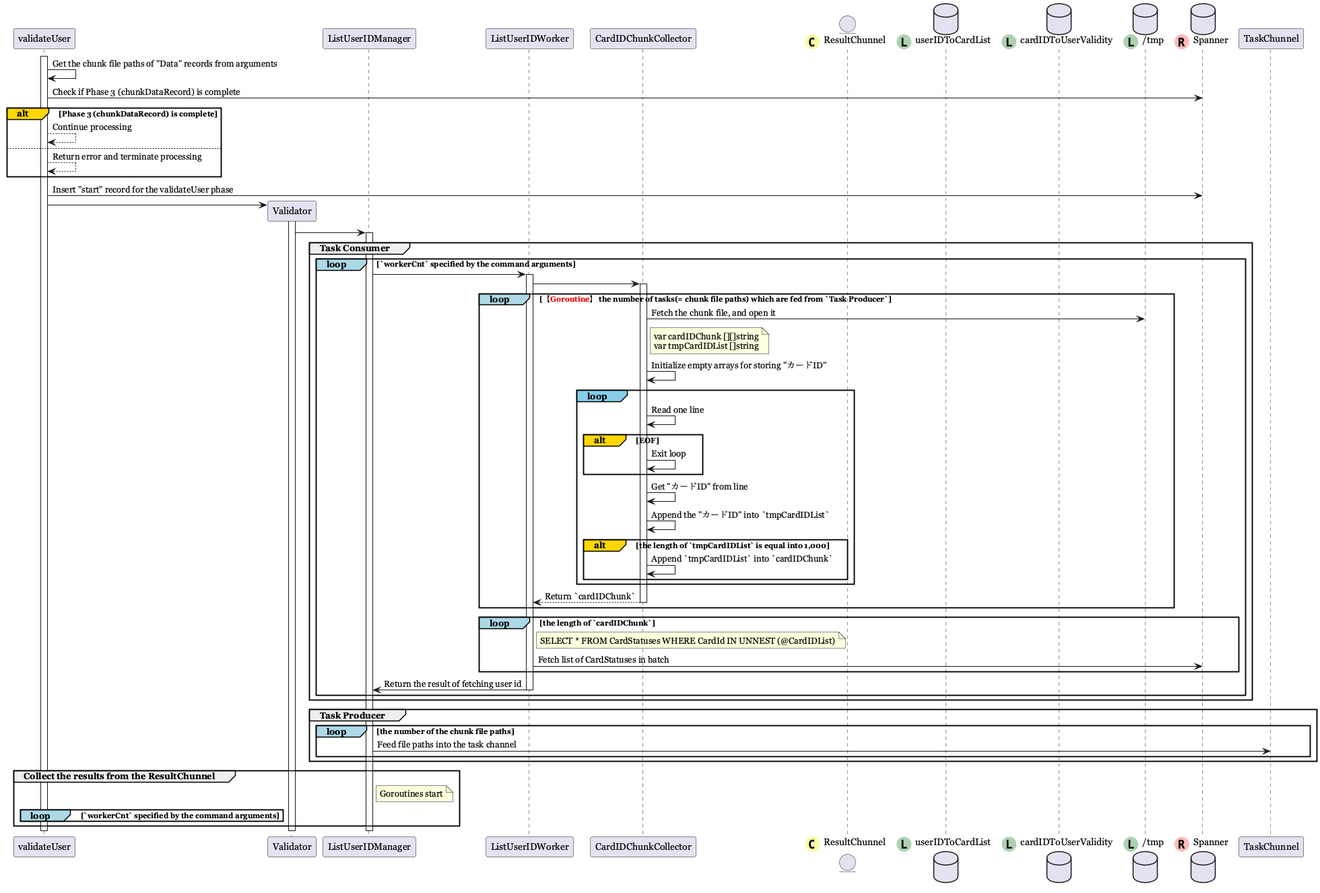
The PlantUML diagram en_validate_user.png in norun9/uml, before a commit.
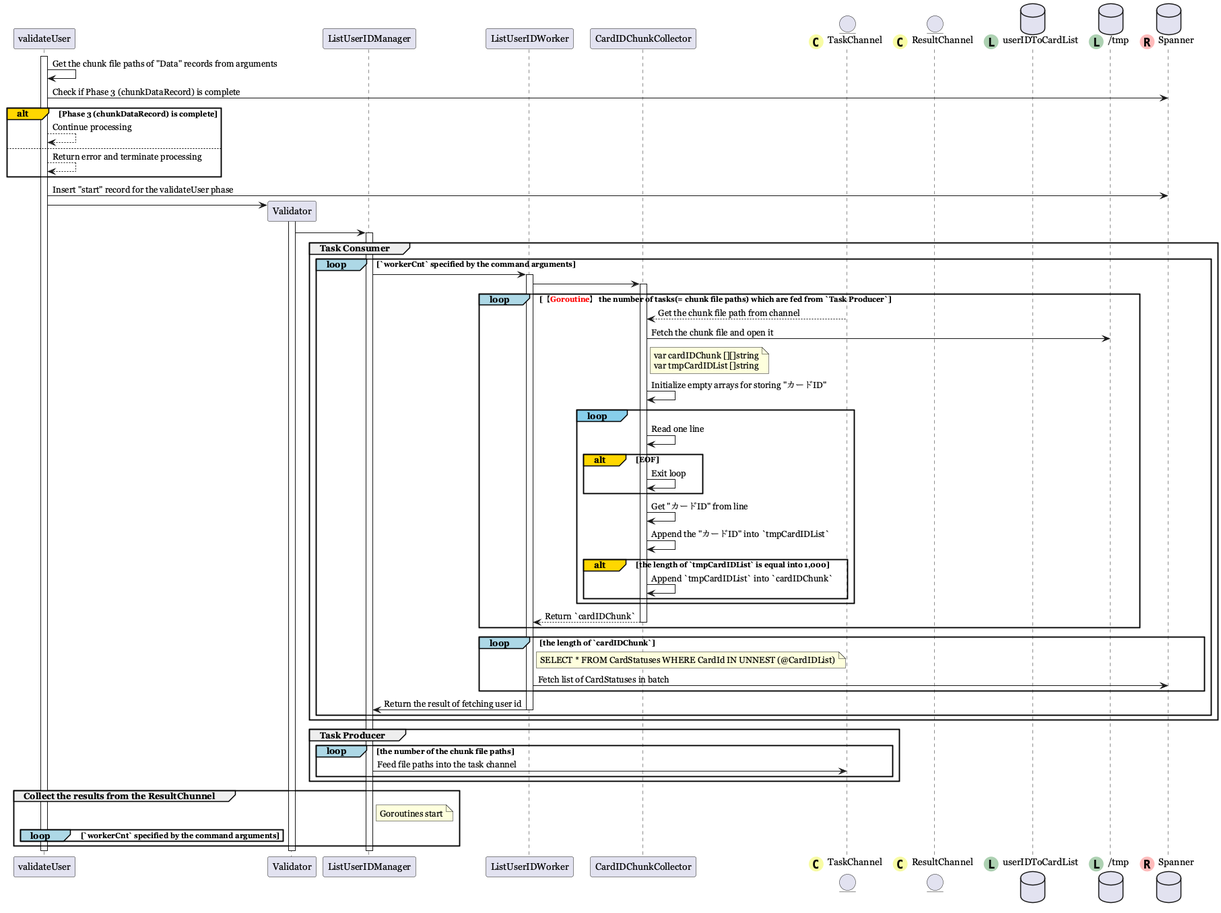
The same diagram one commit later.

What changed in the source:
```diff
@@ -5,10 +5,11 @@
 participant ListUserIDManager
 participant ListUserIDWorker
 participant CardIDChunkCollector
-entity ResultChunnel << (C, #f8fca4) >>
+
+entity TaskChannel << (C, #f8fca4) >>
+entity ResultChannel << (C, #f8fca4) >>
 
 database userIDToCardList << (L, #ADD1B2) >>
-database cardIDToUserValidity << (L, #ADD1B2) >>
 database "/tmp" as tmp << (L, #ADD1B2) >>
 database Spanner << (R, #FFBBBB) >>
 activate validateUser
@@ -36,8 +37,8 @@
 
         loop#LightBlue 【<font color=red>Goroutine</font>】 the number of tasks(= chunk file paths) which are fed from `Task Producer`
             activate CardIDChunkCollector
-            CardIDChunkCollector -> tmp: Fetch the chunk file, and open it
-
+            TaskChannel --> CardIDChunkCollector: Get the chunk file path from channel
+            CardIDChunkCollector -> tmp: Fetch the chunk file and open it
             note right of CardIDChunkCollector : var cardIDChunk [][]string\nvar tmpCardIDList []string
             CardIDChunkCollector -> CardIDChunkCollector: Initialize empty arrays for storing "カードID"
             loop#SkyBlue
@@ -65,7 +66,7 @@
 
 group Task Producer
     loop#LightBlue the number of the chunk file paths
-        ListUserIDManager -> TaskChunnel: Feed file paths into the task channel
+        ListUserIDManager -> TaskChannel: Feed file paths into the task channel
     end
 end
 
```
